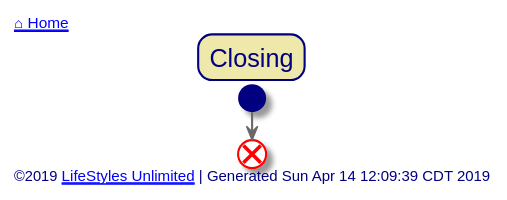
Above: out/src/single-family/closing.svg in toddmo/lifestylesunlimited (PlantUML), before the change. Source of this version:
```plantuml
@startuml closing


skinparam {
  BorderColor Red
  PathHoverColor Blue
}

skinparam Title {
  FontColor Navy
  BackgroundColor PaleGoldenRod
  BorderColor Navy
  BorderRoundCorner 20
}

skinparam activity {
  BackgroundColor Ivory
  BorderColor CornflowerBlue
  FontColor DarkGray

  Arrow {
    Color dimgray
    FontColor dimgray
  }

  Start {
    Color Navy
  }

  End {
    Color Red
  }

  Diamond {
    BackgroundColor Ivory
    BorderColor CornflowerBlue
    FontColor DarkGray
  }

  BackgroundColor<< Exception >> Red
	BorderColor<< Exception >> White
}

skinparam Swimlane {
  BorderColor CornflowerBlue
}

skinparam Partition {
  BackgroundColor DarkSeaGreen
  BorderColor CornflowerBlue
  BorderThickness 1
  FontColor White
  FontSize 16
}
skinparam Note {
  BackgroundColor LightSteelBlue
  BorderColor CornflowerBlue
  FontColor White
}

skinparam Footer {
  FontColor Navy
}


left header
	<font color=Navy>[[../index.svg ⌂ Home]]</font>
endheader


	Title Closing

	start

	end

left footer
	©2019 [[http://www.lifestylesunlimited.com LifeStyles Unlimited]] | Generated Sun Apr 14 12:09:39 CDT 2019
endfooter


@enduml
```
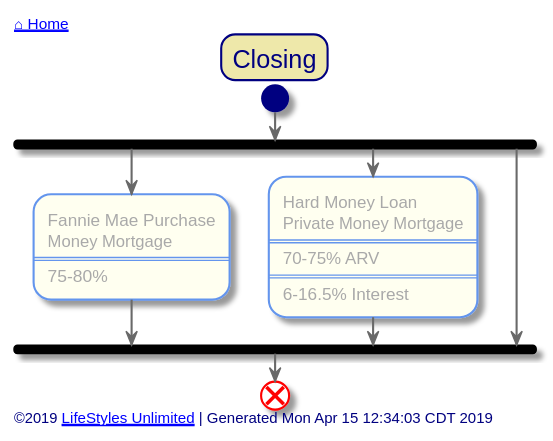
After the commit.

Change to the diagram source:
```diff
@@ -72,10 +72,27 @@
 
 	start
 
+		fork
+			:Fannie Mae Purchase
+			Money Mortgage
+			====
+			75-80%;
+		fork again
+			:Hard Money Loan
+			Private Money Mortgage
+			====
+			70-75% ARV
+			====
+			6-16.5% Interest;
+		fork again
+
+
+		end fork
+
 	end
 
 left footer
-	©2019 [[http://www.lifestylesunlimited.com LifeStyles Unlimited]] | Generated Sun Apr 14 12:09:39 CDT 2019
+	©2019 [[http://www.lifestylesunlimited.com LifeStyles Unlimited]] | Generated Mon Apr 15 12:34:03 CDT 2019
 endfooter
 
 
```
